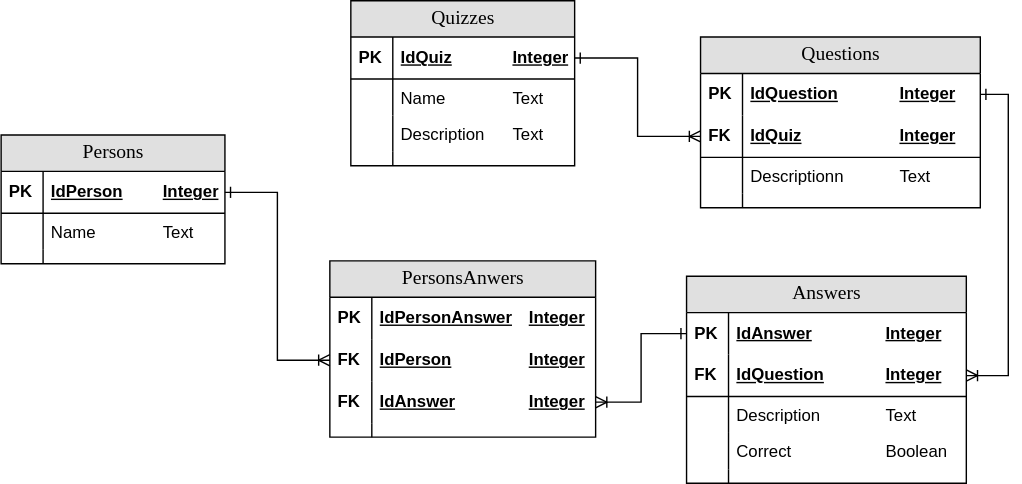
This is documentation/database/ERD.svg from DavidCuy/pm_evaluation_system_backend, a draw.io export, as it was before one commit. Source tidied: cells renumbered, new cells last; positions are measured from the earlier drawing's top-left corner, leaving out a move shared by most shapes.
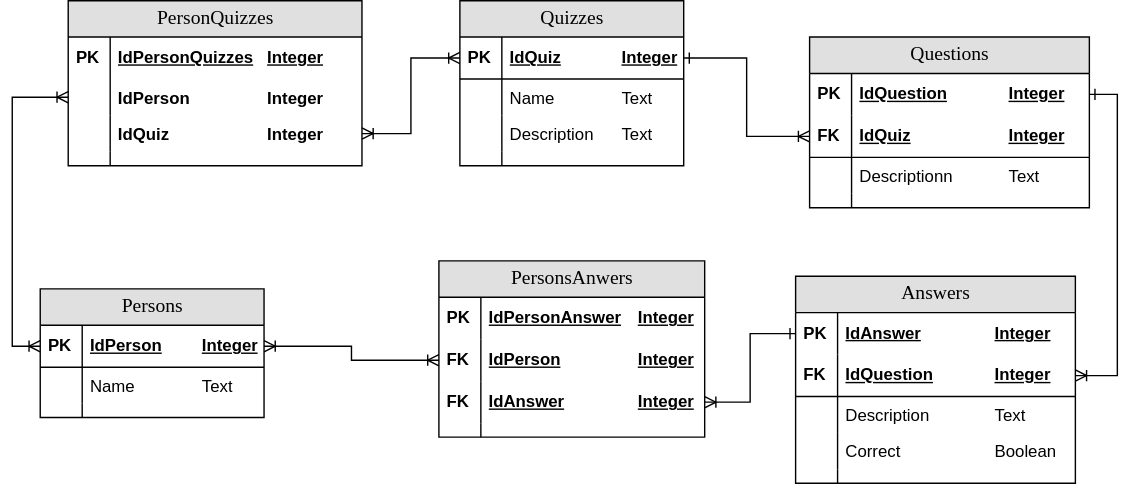
The same diagram one commit later.

Change to the diagram source:
```diff
@@ -93,7 +93,7 @@
       <mxGeometry width="30" height="10" as="geometry" />
     </mxCell>
     <mxCell id="32" value="Persons" style="swimlane;html=1;fontStyle=0;horizontal=1;startSize=26;fillColor=#e0e0e0;swimlaneFillColor=#ffffff;align=center;rounded=0;shadow=0;comic=0;labelBackgroundColor=none;strokeWidth=1;fontFamily=Verdana;fontSize=14;swimlaneLine=1;" parent="1" vertex="1">
-      <mxGeometry y="96" width="160" height="92" as="geometry" />
+      <mxGeometry x="-50" y="206" width="160" height="92" as="geometry" />
     </mxCell>
     <mxCell id="33" value="IdPerson&lt;span style=&quot;white-space: pre&quot;&gt;&#9;&lt;/span&gt;&lt;span style=&quot;white-space: pre&quot;&gt;&#9;&lt;/span&gt;Integer" style="shape=partialRectangle;top=0;left=0;right=0;bottom=1;html=1;align=left;verticalAlign=middle;fillColor=none;spacingLeft=34;spacingRight=4;whiteSpace=wrap;overflow=hidden;points=[[0,0.5],[1,0.5]];portConstraint=eastwest;fontStyle=5;" parent="32" vertex="1">
       <mxGeometry y="26" width="160" height="30" as="geometry" />
@@ -146,8 +146,41 @@
     <mxCell id="49" style="edgeStyle=orthogonalEdgeStyle;rounded=0;jettySize=auto;html=1;exitX=0;exitY=0.5;exitDx=0;exitDy=0;entryX=1;entryY=0.5;entryDx=0;entryDy=0;startArrow=ERone;startFill=0;endArrow=ERoneToMany;endFill=0;" parent="1" edge="1" source="22" target="44">
       <mxGeometry relative="1" as="geometry" />
     </mxCell>
-    <mxCell id="50" style="edgeStyle=orthogonalEdgeStyle;rounded=0;jettySize=auto;html=1;entryX=0;entryY=0.5;entryDx=0;entryDy=0;startArrow=ERone;startFill=0;endArrow=ERoneToMany;endFill=0;" parent="1" edge="1" source="33" target="42">
+    <mxCell id="50" style="edgeStyle=orthogonalEdgeStyle;rounded=0;jettySize=auto;html=1;entryX=0;entryY=0.5;entryDx=0;entryDy=0;startArrow=ERoneToMany;startFill=0;endArrow=ERoneToMany;endFill=0;" parent="1" edge="1" source="33" target="42">
       <mxGeometry relative="1" as="geometry" />
     </mxCell>
+    <mxCell id="51" value="PersonQuizzes" style="swimlane;html=1;fontStyle=0;horizontal=1;startSize=26;fillColor=#e0e0e0;swimlaneFillColor=#ffffff;align=center;rounded=0;shadow=0;comic=0;labelBackgroundColor=none;strokeWidth=1;fontFamily=Verdana;fontSize=14;swimlaneLine=1;" parent="1" vertex="1">
+      <mxGeometry x="-30" width="210" height="118" as="geometry" />
+    </mxCell>
+    <mxCell id="52" value="IdPersonQuizzes&lt;span style=&quot;white-space: pre&quot;&gt;&#9;&lt;/span&gt;Integer" style="shape=partialRectangle;top=0;left=0;right=0;bottom=0;html=1;align=left;verticalAlign=middle;fillColor=none;spacingLeft=34;spacingRight=4;whiteSpace=wrap;overflow=hidden;fontStyle=5;" parent="51" vertex="1">
+      <mxGeometry y="26" width="210" height="30" as="geometry" />
+    </mxCell>
+    <mxCell id="53" value="&lt;b&gt;PK&lt;/b&gt;" style="shape=partialRectangle;top=0;left=0;bottom=0;html=1;fillColor=none;align=left;verticalAlign=middle;spacingLeft=4;spacingRight=4;whiteSpace=wrap;overflow=hidden;" parent="52" vertex="1">
+      <mxGeometry width="30" height="30" as="geometry" />
+    </mxCell>
+    <mxCell id="54" value="&lt;span style=&quot;font-weight: 700&quot;&gt;IdPerson&lt;/span&gt;&lt;span style=&quot;font-weight: 700&quot;&gt;&#9;&lt;span style=&quot;white-space: pre&quot;&gt;&#9;&lt;/span&gt;&lt;span style=&quot;white-space: pre&quot;&gt;&#9;&lt;/span&gt;I&lt;/span&gt;&lt;span style=&quot;font-weight: 700&quot;&gt;nteger&lt;/span&gt;" style="shape=partialRectangle;top=0;left=0;right=0;bottom=0;html=1;align=left;verticalAlign=top;fillColor=none;spacingLeft=34;spacingRight=4;whiteSpace=wrap;overflow=hidden;points=[[0,0.5],[1,0.5]];portConstraint=eastwest;" parent="51" vertex="1">
+      <mxGeometry y="56" width="210" height="26" as="geometry" />
+    </mxCell>
+    <mxCell id="55" style="shape=partialRectangle;top=0;left=0;bottom=0;html=1;fillColor=none;align=left;verticalAlign=top;spacingLeft=4;spacingRight=4;whiteSpace=wrap;overflow=hidden;" parent="54" vertex="1">
+      <mxGeometry width="30" height="26" as="geometry" />
+    </mxCell>
+    <mxCell id="56" value="&lt;span style=&quot;font-weight: 700&quot;&gt;IdQuiz&lt;span style=&quot;white-space: pre&quot;&gt;&#9;&lt;span style=&quot;white-space: pre&quot;&gt;&#9;&lt;/span&gt;&lt;span style=&quot;white-space: pre&quot;&gt;&#9;&lt;/span&gt;&lt;/span&gt;&lt;/span&gt;&lt;span style=&quot;font-weight: 700&quot;&gt;Integer&lt;/span&gt;" style="shape=partialRectangle;top=0;left=0;right=0;bottom=0;html=1;align=left;verticalAlign=top;fillColor=none;spacingLeft=34;spacingRight=4;whiteSpace=wrap;overflow=hidden;points=[[0,0.5],[1,0.5]];portConstraint=eastwest;" parent="51" vertex="1">
+      <mxGeometry y="82" width="210" height="26" as="geometry" />
+    </mxCell>
+    <mxCell id="57" style="shape=partialRectangle;top=0;left=0;bottom=0;html=1;fillColor=none;align=left;verticalAlign=top;spacingLeft=4;spacingRight=4;whiteSpace=wrap;overflow=hidden;" parent="56" vertex="1">
+      <mxGeometry width="30" height="26" as="geometry" />
+    </mxCell>
+    <mxCell id="58" style="shape=partialRectangle;top=0;left=0;right=0;bottom=0;html=1;align=left;verticalAlign=top;fillColor=none;spacingLeft=34;spacingRight=4;whiteSpace=wrap;overflow=hidden;" parent="51" vertex="1">
+      <mxGeometry y="108" width="210" height="10" as="geometry" />
+    </mxCell>
+    <mxCell id="59" style="shape=partialRectangle;top=0;left=0;bottom=0;html=1;fillColor=none;align=left;verticalAlign=top;spacingLeft=4;spacingRight=4;whiteSpace=wrap;overflow=hidden;" parent="58" vertex="1">
+      <mxGeometry width="30" height="10" as="geometry" />
+    </mxCell>
+    <mxCell id="60" style="edgeStyle=orthogonalEdgeStyle;rounded=0;jettySize=auto;html=1;exitX=0;exitY=0.5;exitDx=0;exitDy=0;entryX=0;entryY=0.5;entryDx=0;entryDy=0;startArrow=ERoneToMany;startFill=0;endArrow=ERoneToMany;endFill=0;" parent="1" edge="1" source="33" target="54">
+      <mxGeometry relative="1" as="geometry" />
+    </mxCell>
+    <mxCell id="61" style="edgeStyle=orthogonalEdgeStyle;rounded=0;jettySize=auto;html=1;exitX=1;exitY=0.5;exitDx=0;exitDy=0;entryX=0;entryY=0.5;entryDx=0;entryDy=0;startArrow=ERoneToMany;startFill=0;endArrow=ERoneToMany;endFill=0;" parent="1" edge="1" source="56" target="3">
+      <mxGeometry relative="1" as="geometry" />
+    </mxCell>
   </root>
 </mxGraphModel>
```
